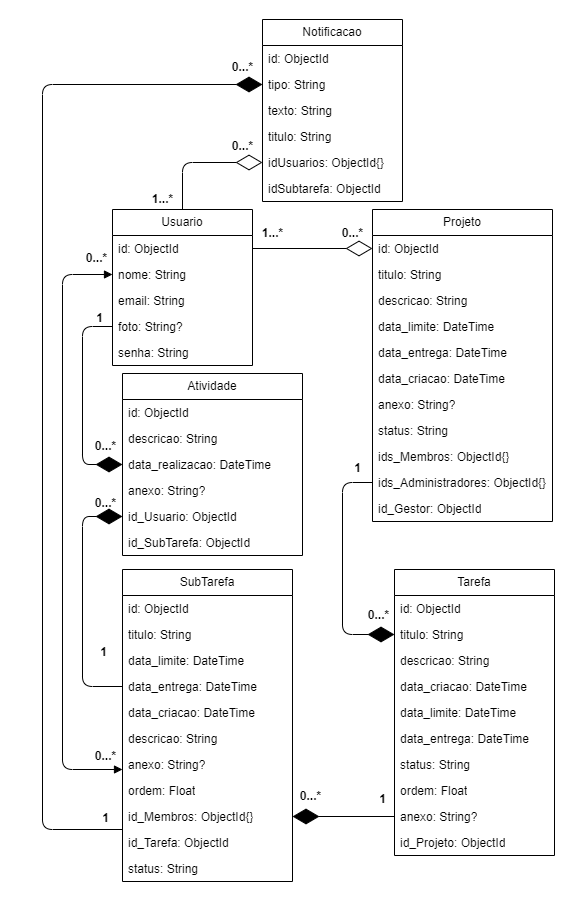
FatecFranca/DSM-P3-G09-2025-1 keeps this draw.io diagram as docs/Diagrama-BD-NoAM.png. Above is the earlier version. Source tidied: cells renumbered, new cells last; positions are measured from the earlier drawing's top-left corner, leaving out a move shared by most shapes.
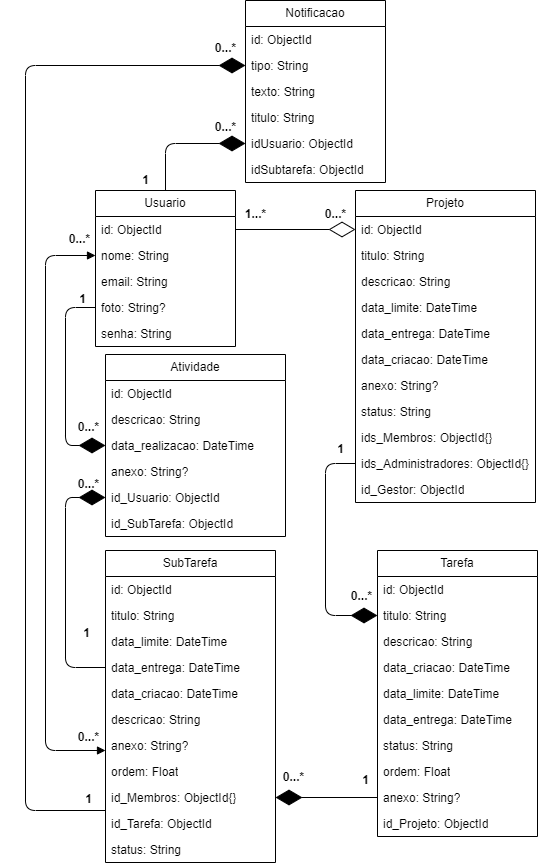
After the change.

Diff of the diagram source:
```diff
@@ -200,7 +200,7 @@
     <mxCell id="67" value="titulo: String" style="text;strokeColor=none;fillColor=none;align=left;verticalAlign=top;spacingLeft=4;spacingRight=4;overflow=hidden;whiteSpace=wrap;html=1;" parent="63" vertex="1">
       <mxGeometry y="104" width="140" height="26" as="geometry" />
     </mxCell>
-    <mxCell id="68" value="idUsuarios: ObjectId{}" style="text;strokeColor=none;fillColor=none;align=left;verticalAlign=top;spacingLeft=4;spacingRight=4;overflow=hidden;points=[[0,0.5],[1,0.5]];portConstraint=eastwest;whiteSpace=wrap;html=1;" parent="63" vertex="1">
+    <mxCell id="68" value="idUsuario: ObjectId" style="text;strokeColor=none;fillColor=none;align=left;verticalAlign=top;spacingLeft=4;spacingRight=4;overflow=hidden;points=[[0,0.5],[1,0.5]];portConstraint=eastwest;whiteSpace=wrap;html=1;" parent="63" vertex="1">
       <mxGeometry y="130" width="140" height="26" as="geometry" />
     </mxCell>
     <mxCell id="69" value="idSubtarefa: ObjectId" style="text;strokeColor=none;fillColor=none;align=left;verticalAlign=top;spacingLeft=4;spacingRight=4;overflow=hidden;whiteSpace=wrap;html=1;" parent="63" vertex="1">
@@ -219,7 +219,7 @@
         </Array>
       </mxGeometry>
     </mxCell>
-    <mxCell id="72" value="&lt;font style=&quot;font-size: 12px;&quot;&gt;1...*&lt;/font&gt;" style="text;strokeColor=none;fillColor=none;html=1;fontSize=24;fontStyle=1;verticalAlign=middle;align=center;" parent="1" vertex="1">
+    <mxCell id="72" value="&lt;font style=&quot;font-size: 12px;&quot;&gt;1&lt;/font&gt;" style="text;strokeColor=none;fillColor=none;html=1;fontSize=24;fontStyle=1;verticalAlign=middle;align=center;" parent="1" vertex="1">
       <mxGeometry x="100" y="166" width="40" height="20" as="geometry" />
     </mxCell>
     <mxCell id="73" style="endArrow=diamondThin;endFill=1;endSize=24;html=1;exitX=0;exitY=0.5;exitDx=0;exitDy=0;entryX=0;entryY=0.5;entryDx=0;entryDy=0;edgeStyle=orthogonalEdgeStyle;" parent="1" edge="1" source="41" target="10">
@@ -262,11 +262,15 @@
     <mxCell id="78" value="&lt;font style=&quot;font-size: 12px;&quot;&gt;1&lt;/font&gt;" style="text;strokeColor=none;fillColor=none;html=1;fontSize=24;fontStyle=1;verticalAlign=middle;align=center;" parent="1" vertex="1">
       <mxGeometry x="43" y="785" width="40" height="20" as="geometry" />
     </mxCell>
+    <mxCell id="80" style="endArrow=diamondThin;endFill=0;endSize=24;html=1;exitX=1;exitY=0.5;exitDx=0;exitDy=0;entryX=0;entryY=0.5;entryDx=0;entryDy=0;" parent="1" edge="1" source="3" target="32">
+      <mxGeometry relative="1" as="geometry" />
+    </mxCell>
-    <mxCell id="79" style="endArrow=diamondThin;endFill=0;endSize=24;html=1;exitX=0.5;exitY=0;exitDx=0;exitDy=0;entryX=0;entryY=0.5;entryDx=0;entryDy=0;edgeStyle=orthogonalEdgeStyle;" parent="1" edge="1" source="2" target="68">
-      <mxGeometry relative="1" as="geometry" />
+    <mxCell id="79" style="endArrow=diamondThin;endFill=1;endSize=24;html=1;edgeStyle=orthogonalEdgeStyle;entryX=0;entryY=0.5;entryDx=0;entryDy=0;exitX=0.5;exitY=0;exitDx=0;exitDy=0;" parent="1" edge="1" source="2" target="68">
+      <mxGeometry relative="1" as="geometry">
+        <Array as="points">
+          <mxPoint x="140" y="143" />
+        </Array>
+      </mxGeometry>
     </mxCell>
-    <mxCell id="80" style="endArrow=diamondThin;endFill=0;endSize=24;html=1;exitX=1;exitY=0.5;exitDx=0;exitDy=0;entryX=0;entryY=0.5;entryDx=0;entryDy=0;" parent="1" edge="1" source="3" target="32">
-      <mxGeometry relative="1" as="geometry" />
-    </mxCell>
   </root>
 </mxGraphModel>
```
